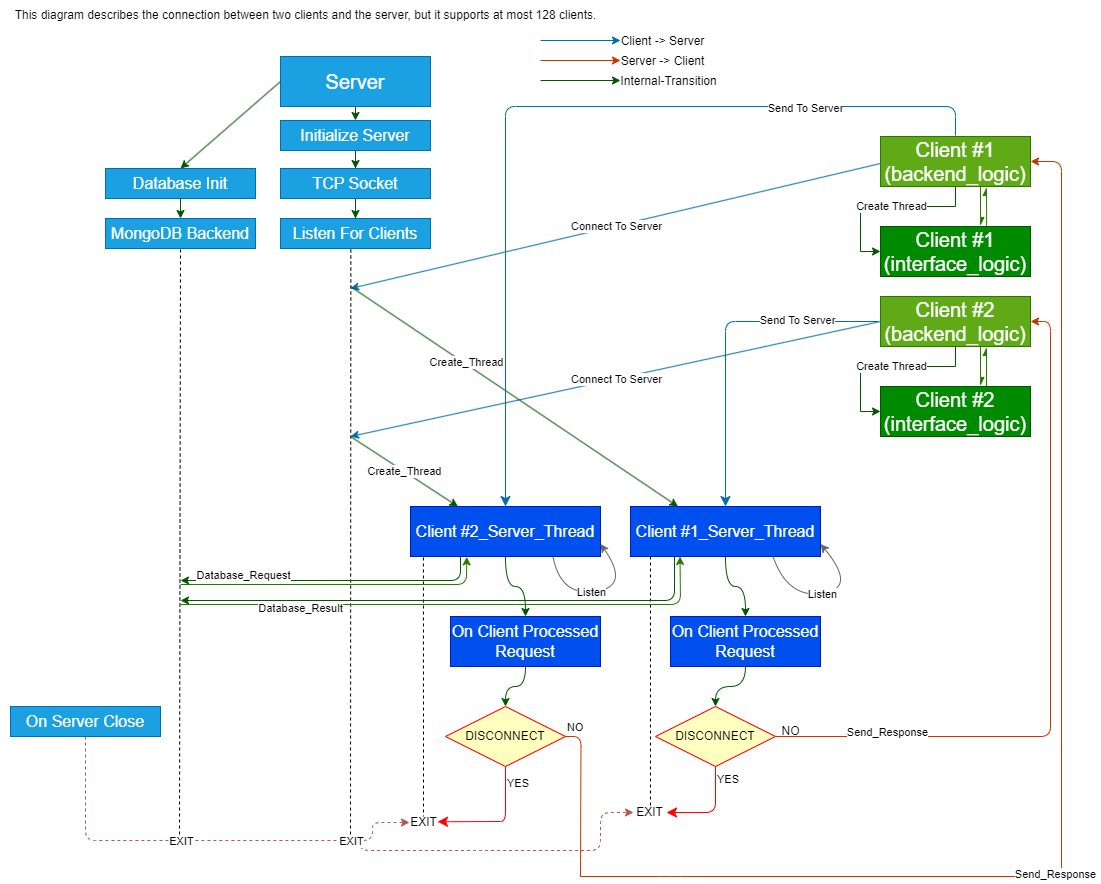
Above: imagini/tcp.png in chinezprost/Proiect-Retele-E2 (draw.io), before the change. Source tidied: cells renumbered, new cells last; positions are measured from the earlier drawing's top-left corner, leaving out a move shared by most shapes.
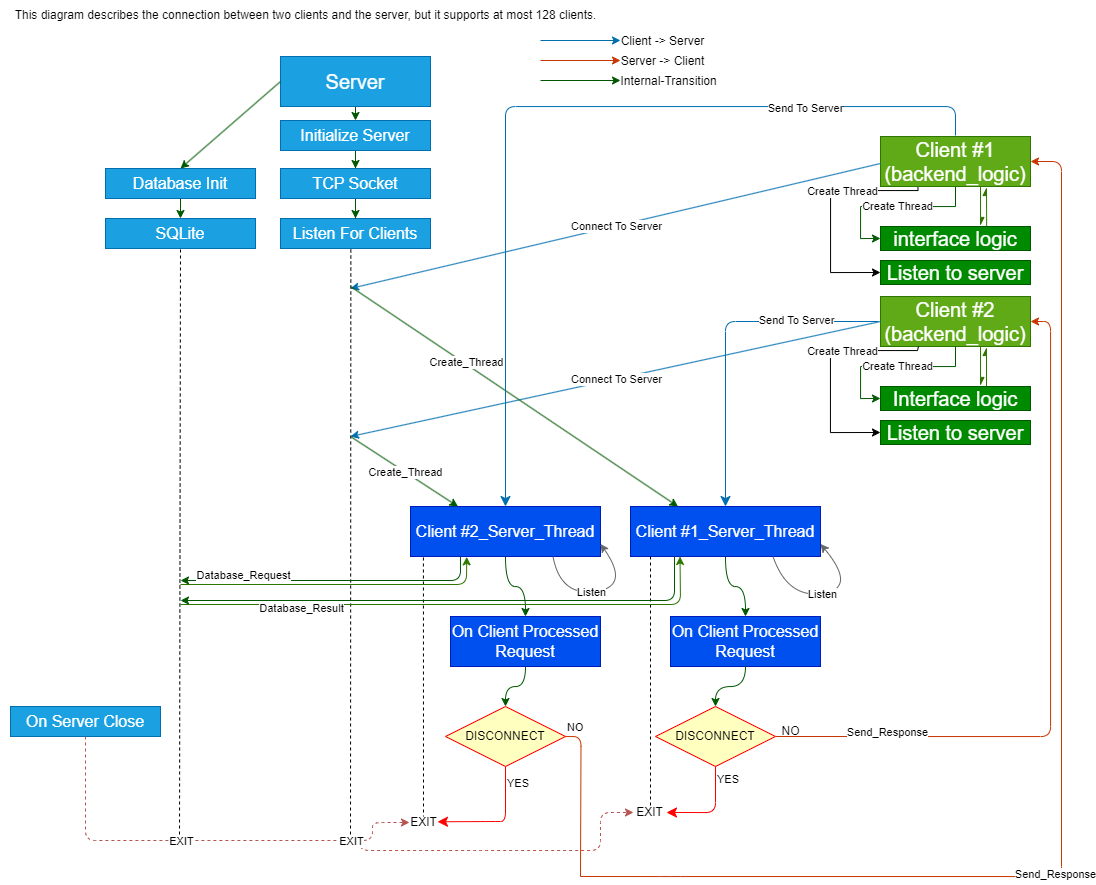
The same diagram one commit later.

Diff of the diagram source:
```diff
@@ -14,6 +14,18 @@
     <mxCell id="5" value="Create Thread" style="edgeLabel;html=1;align=center;verticalAlign=middle;" parent="4" vertex="1">
       <mxGeometry x="-0.05" y="-1" relative="1" as="geometry" />
     </mxCell>
+    <mxCell id="84" style="edgeStyle=orthogonalEdgeStyle;rounded=0;jettySize=auto;html=1;exitX=0.25;exitY=1;exitDx=0;exitDy=0;entryX=0;entryY=0.5;entryDx=0;entryDy=0;" parent="1" edge="1" source="6" target="86">
+      <mxGeometry relative="1" as="geometry">
+        <Array as="points">
+          <mxPoint x="917" y="190" />
+          <mxPoint x="830" y="190" />
+          <mxPoint x="830" y="272" />
+        </Array>
+      </mxGeometry>
+    </mxCell>
+    <mxCell id="85" value="Create Thread" style="edgeLabel;html=1;align=center;verticalAlign=middle;" parent="84" vertex="1">
+      <mxGeometry x="-0.28" relative="1" as="geometry" />
+    </mxCell>
     <mxCell id="6" value="&lt;font style=&quot;font-size: 20px;&quot;&gt;Client #1&lt;br&gt;(backend_logic)&lt;br&gt;&lt;/font&gt;" style="rounded=0;whiteSpace=wrap;html=1;fillColor=#60a917;fontColor=#ffffff;strokeColor=#2D7600;" parent="1" vertex="1">
       <mxGeometry x="880" y="136" width="150" height="50" as="geometry" />
     </mxCell>
@@ -101,11 +113,11 @@
     <mxCell id="27" value="Listen" style="edgeLabel;html=1;align=center;verticalAlign=middle;" parent="26" vertex="1">
       <mxGeometry x="-0.08" relative="1" as="geometry" />
     </mxCell>
-    <mxCell id="28" value="&lt;font style=&quot;font-size: 20px;&quot;&gt;Client #1 (interface_logic)&lt;br&gt;&lt;/font&gt;" style="rounded=0;whiteSpace=wrap;html=1;fillColor=#008a00;fontColor=#ffffff;strokeColor=#005700;" parent="1" vertex="1">
-      <mxGeometry x="880" y="226" width="150" height="50" as="geometry" />
+    <mxCell id="28" value="&lt;font style=&quot;font-size: 20px;&quot;&gt;interface logic&lt;br&gt;&lt;/font&gt;" style="rounded=0;whiteSpace=wrap;html=1;fillColor=#008a00;fontColor=#ffffff;strokeColor=#005700;" parent="1" vertex="1">
+      <mxGeometry x="880" y="226" width="150" height="24" as="geometry" />
     </mxCell>
-    <mxCell id="29" value="&lt;font style=&quot;font-size: 20px;&quot;&gt;Client #2&lt;br&gt;(interface_logic)&lt;br&gt;&lt;/font&gt;" style="rounded=0;whiteSpace=wrap;html=1;fillColor=#008a00;fontColor=#ffffff;strokeColor=#005700;" parent="1" vertex="1">
-      <mxGeometry x="880" y="386" width="150" height="50" as="geometry" />
+    <mxCell id="29" value="&lt;font style=&quot;font-size: 20px;&quot;&gt;Interface logic&lt;br&gt;&lt;/font&gt;" style="rounded=0;whiteSpace=wrap;html=1;fillColor=#008a00;fontColor=#ffffff;strokeColor=#005700;" parent="1" vertex="1">
+      <mxGeometry x="880" y="386" width="150" height="24" as="geometry" />
     </mxCell>
     <mxCell id="30" style="edgeStyle=orthogonalEdgeStyle;rounded=0;jettySize=auto;html=1;exitX=0.5;exitY=1;exitDx=0;exitDy=0;entryX=0;entryY=0.5;entryDx=0;entryDy=0;fillColor=#008a00;strokeColor=#005700;" parent="1" edge="1" source="7" target="29">
       <mxGeometry relative="1" as="geometry" />
@@ -245,7 +257,7 @@
     <mxCell id="60" value="&lt;span style=&quot;font-size: 16px;&quot;&gt;Database Init&lt;/span&gt;" style="rounded=0;whiteSpace=wrap;html=1;fillColor=#1ba1e2;fontColor=#ffffff;strokeColor=#006EAF;" parent="1" vertex="1">
       <mxGeometry x="105" y="168" width="150" height="30" as="geometry" />
     </mxCell>
-    <mxCell id="61" value="&lt;font style=&quot;font-size: 16px;&quot;&gt;MongoDB Backend&lt;/font&gt;" style="rounded=0;whiteSpace=wrap;html=1;fillColor=#1ba1e2;fontColor=#ffffff;strokeColor=#006EAF;" parent="1" vertex="1">
+    <mxCell id="61" value="&lt;font style=&quot;font-size: 16px;&quot;&gt;SQLite&lt;br&gt;&lt;/font&gt;" style="rounded=0;whiteSpace=wrap;html=1;fillColor=#1ba1e2;fontColor=#ffffff;strokeColor=#006EAF;" parent="1" vertex="1">
       <mxGeometry x="105" y="218" width="150" height="30" as="geometry" />
     </mxCell>
     <mxCell id="62" style="endArrow=classic;html=1;exitX=0;exitY=0.5;exitDx=0;exitDy=0;entryX=0.5;entryY=0;entryDx=0;entryDy=0;fillColor=#008a00;strokeColor=#005700;rounded=0;" parent="1" edge="1" source="3" target="60">
@@ -373,5 +385,25 @@
         <mxPoint x="986" y="347" as="targetPoint" />
       </mxGeometry>
     </mxCell>
+    <mxCell id="86" value="&lt;font style=&quot;font-size: 20px;&quot;&gt;Listen to server&lt;br&gt;&lt;/font&gt;" style="rounded=0;whiteSpace=wrap;html=1;fillColor=#008a00;fontColor=#ffffff;strokeColor=#005700;" parent="1" vertex="1">
+      <mxGeometry x="880" y="260" width="150" height="24" as="geometry" />
+    </mxCell>
+    <mxCell id="87" value="&lt;font style=&quot;font-size: 20px;&quot;&gt;Listen to server&lt;br&gt;&lt;/font&gt;" style="rounded=0;whiteSpace=wrap;html=1;fillColor=#008a00;fontColor=#ffffff;strokeColor=#005700;" parent="1" vertex="1">
+      <mxGeometry x="880" y="420" width="150" height="24" as="geometry" />
+    </mxCell>
+    <mxCell id="88" style="edgeStyle=orthogonalEdgeStyle;rounded=0;orthogonalLoop=1;jettySize=auto;html=1;exitX=0.25;exitY=1;exitDx=0;exitDy=0;entryX=0;entryY=0.5;entryDx=0;entryDy=0;" parent="1" edge="1">
+      <mxGeometry relative="1" as="geometry">
+        <mxPoint x="918" y="346" as="sourcePoint" />
+        <mxPoint x="880" y="432" as="targetPoint" />
+        <Array as="points">
+          <mxPoint x="917" y="350" />
+          <mxPoint x="830" y="350" />
+          <mxPoint x="830" y="432" />
+        </Array>
+      </mxGeometry>
+    </mxCell>
+    <mxCell id="89" value="Create Thread" style="edgeLabel;html=1;align=center;verticalAlign=middle;" parent="88" vertex="1">
+      <mxGeometry x="-0.28" relative="1" as="geometry" />
+    </mxCell>
   </root>
 </mxGraphModel>
```
